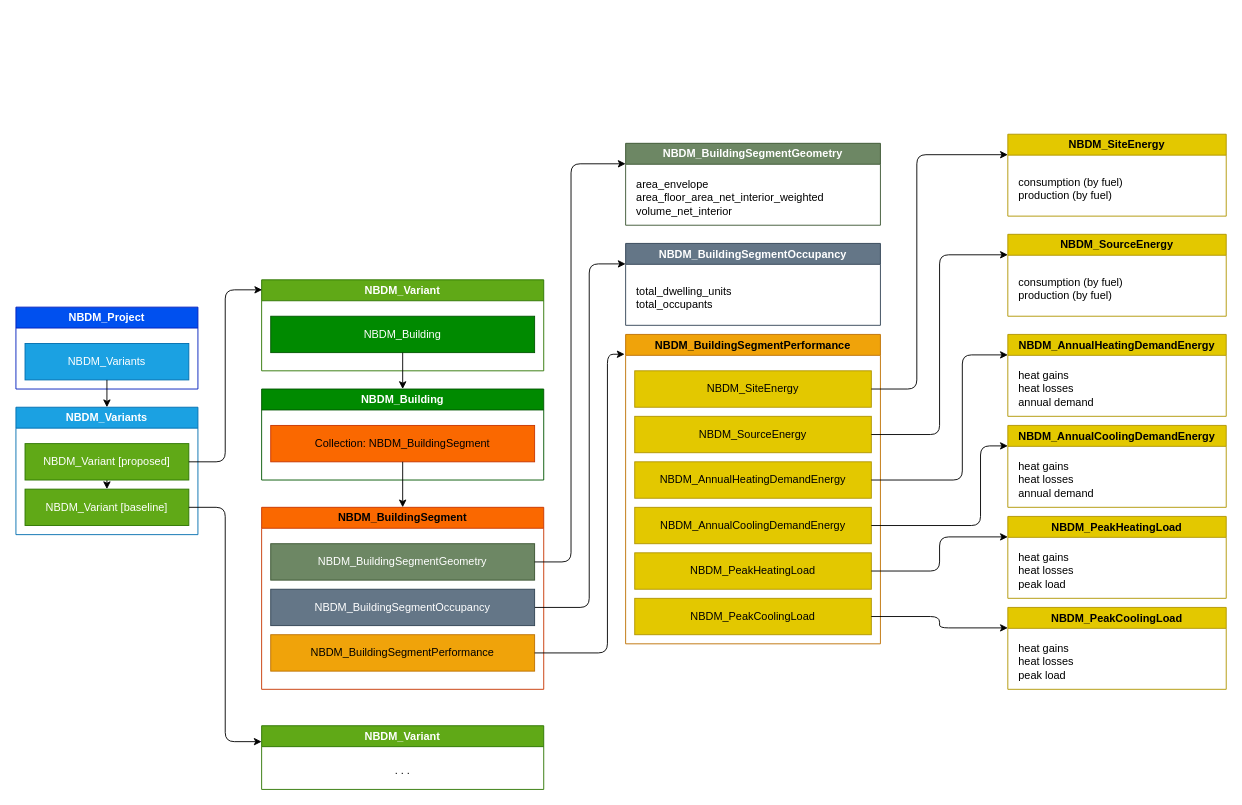
The draw.io diagram NBDM/model/_model.drawio in PH-Tools/CarbonCheck, before the edit. Source tidied: cells renumbered, new cells numbered last; positions are measured from the earlier drawing's top-left corner, leaving out a move shared by most shapes. Both pictures are drawn from the tidied source at 91%, with x=0, y=0 at pixel (15, 134).
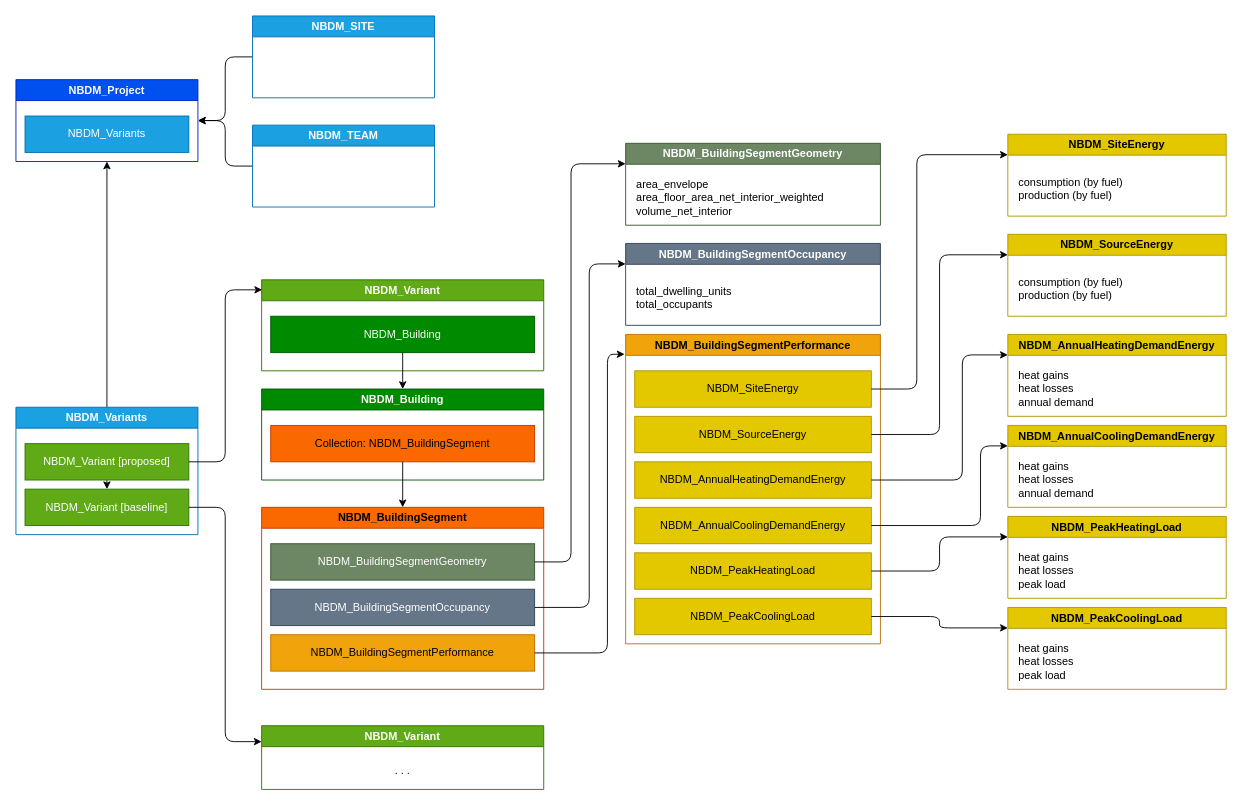
The same diagram, later.

Unchanged cells that the change refers to:
```xml
<mxCell id="3" value="NBDM_Variants" style="rounded=0;whiteSpace=wrap;html=1;fillColor=#1ba1e2;fontColor=#ffffff;strokeColor=#006EAF;" parent="2" vertex="1">
  <mxGeometry x="10" y="40" width="180" height="40" as="geometry" />
</mxCell>
<mxCell id="4" value="NBDM_Variants" style="swimlane;whiteSpace=wrap;html=1;fillColor=#1ba1e2;fontColor=#ffffff;strokeColor=#006EAF;" parent="1" vertex="1">
  <mxGeometry y="300" width="200" height="140" as="geometry" />
</mxCell>
```

The edit, as a diff of the source:
```diff
@@
     <mxCell id="2" value="NBDM_Project" style="swimlane;whiteSpace=wrap;html=1;fillColor=#0050ef;fontColor=#ffffff;strokeColor=#001DBC;" parent="1" vertex="1">
-      <mxGeometry y="190" width="200" height="90" as="geometry" />
+      <mxGeometry y="-60" width="200" height="90" as="geometry" />
     </mxCell>
@@
+    <mxCell id="55" style="edgeStyle=orthogonalEdgeStyle;html=1;entryX=0.5;entryY=1;entryDx=0;entryDy=0;" parent="1" edge="1" source="4" target="2">
+      <mxGeometry relative="1" as="geometry" />
+    </mxCell>
@@
-    <mxCell id="8" style="edgeStyle=none;html=1;entryX=0.5;entryY=0;entryDx=0;entryDy=0;" parent="1" edge="1" source="3" target="4">
-      <mxGeometry relative="1" as="geometry" />
-    </mxCell>
@@
+    <mxCell id="56" style="edgeStyle=orthogonalEdgeStyle;html=1;entryX=1;entryY=0.5;entryDx=0;entryDy=0;" parent="1" edge="1" source="57" target="2">
+      <mxGeometry relative="1" as="geometry" />
+    </mxCell>
+    <mxCell id="57" value="NBDM_TEAM" style="swimlane;whiteSpace=wrap;html=1;fillColor=#1ba1e2;fontColor=#ffffff;strokeColor=#006EAF;startSize=23;" parent="1" vertex="1">
+      <mxGeometry x="260" y="-10" width="200" height="90" as="geometry" />
+    </mxCell>
+    <mxCell id="58" style="edgeStyle=orthogonalEdgeStyle;html=1;entryX=1;entryY=0.5;entryDx=0;entryDy=0;" parent="1" edge="1" source="59" target="2">
+      <mxGeometry relative="1" as="geometry" />
+    </mxCell>
+    <mxCell id="59" value="NBDM_SITE" style="swimlane;whiteSpace=wrap;html=1;fillColor=#1ba1e2;fontColor=#ffffff;strokeColor=#006EAF;startSize=23;" parent="1" vertex="1">
+      <mxGeometry x="260" y="-130" width="200" height="90" as="geometry" />
+    </mxCell>
```
